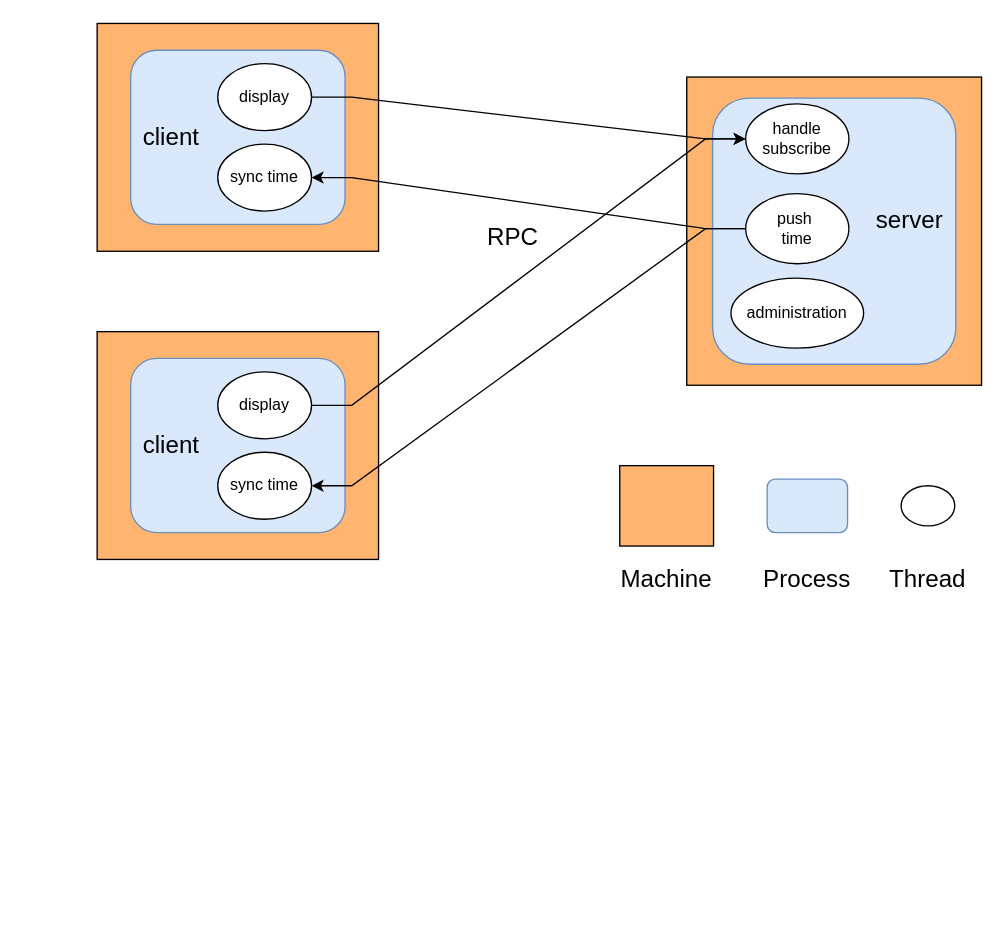
Above: img/DisSys-A1.drawio in Coder-Colder/MyPics (draw.io), before the change. Source tidied: cells renumbered, new cells numbered last; positions are measured from the earlier drawing's top-left corner, leaving out a move shared by most shapes. Both pictures are drawn from the tidied source at 134%, with x=0, y=0 at pixel (96, 23).
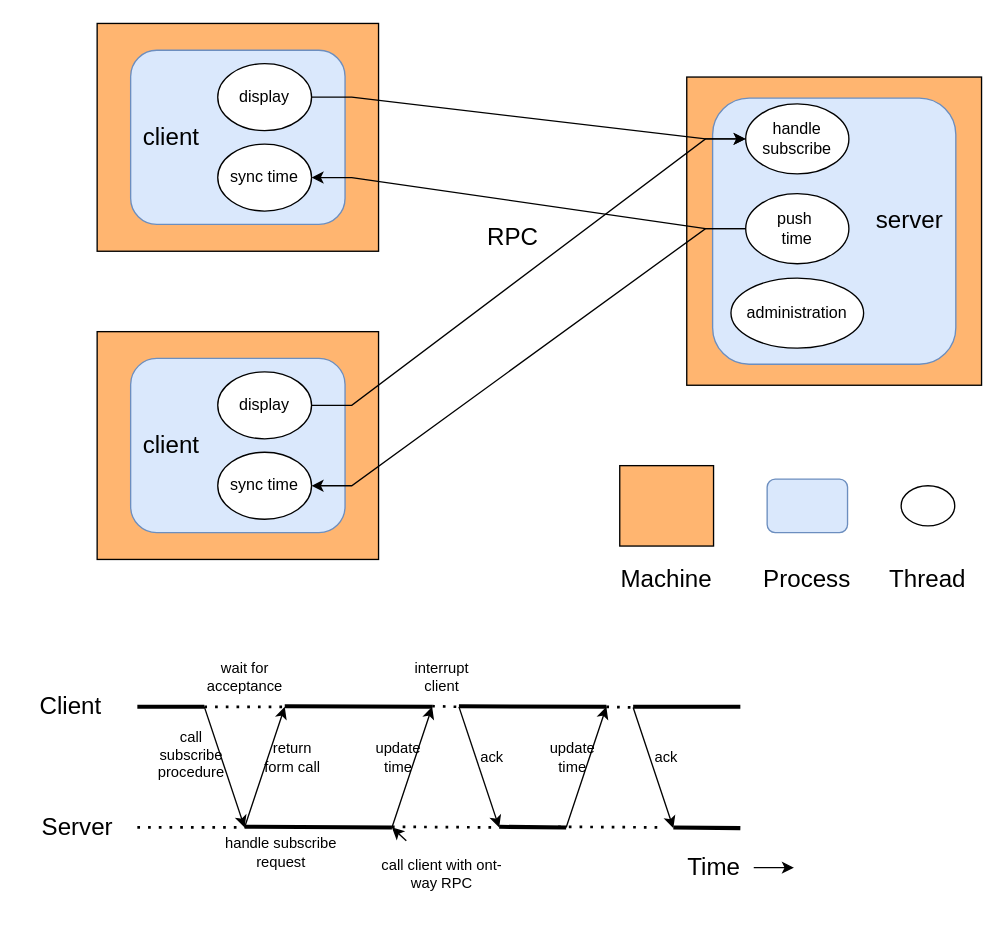
The same diagram, later.

Change to the diagram source:
```diff
@@
+    <mxCell id="34" value="update time" style="text;html=1;strokeColor=none;fillColor=none;align=center;verticalAlign=middle;whiteSpace=wrap;rounded=0;labelBackgroundColor=#ffffff;fontSize=11;" parent="1" vertex="1">
+      <mxGeometry x="330" y="535" width="50" height="25" as="geometry" />
+    </mxCell>
+    <mxCell id="35" value="return form call" style="text;html=1;strokeColor=none;fillColor=none;align=center;verticalAlign=middle;whiteSpace=wrap;rounded=0;labelBackgroundColor=#ffffff;fontSize=11;" parent="1" vertex="1">
+      <mxGeometry x="121" y="535" width="50" height="25" as="geometry" />
+    </mxCell>
+    <mxCell id="36" value="call subscribe procedure" style="text;html=1;strokeColor=none;fillColor=none;align=center;verticalAlign=middle;whiteSpace=wrap;rounded=0;labelBackgroundColor=#ffffff;fontSize=11;" parent="1" vertex="1">
+      <mxGeometry x="48" y="533" width="45" height="25" as="geometry" />
+    </mxCell>
+    <mxCell id="37" value="update time" style="text;html=1;strokeColor=none;fillColor=none;align=center;verticalAlign=middle;whiteSpace=wrap;rounded=0;labelBackgroundColor=#ffffff;fontSize=11;" parent="1" vertex="1">
+      <mxGeometry x="200" y="535" width="50" height="25" as="geometry" />
+    </mxCell>
@@
+    <mxCell id="38" value="Client" style="text;html=1;align=center;verticalAlign=middle;strokeColor=none;fillColor=none;fontSize=18;" parent="1" vertex="1">
+      <mxGeometry x="-55" y="490" width="70" height="40" as="geometry" />
+    </mxCell>
+    <mxCell id="39" value="Server" style="text;html=1;align=center;verticalAlign=middle;strokeColor=none;fillColor=none;fontSize=18;" parent="1" vertex="1">
+      <mxGeometry x="-55" y="580" width="80" height="40" as="geometry" />
+    </mxCell>
+    <mxCell id="40" style="endArrow=none;html=1;rounded=0;strokeWidth=3;fontSize=18;" parent="1" edge="1">
+      <mxGeometry relative="1" as="geometry">
+        <mxPoint x="30" y="510" as="sourcePoint" />
+        <mxPoint x="80" y="510" as="targetPoint" />
+      </mxGeometry>
+    </mxCell>
+    <mxCell id="41" style="endArrow=none;dashed=1;html=1;dashPattern=1 3;strokeWidth=2;rounded=0;fontSize=18;" parent="1" edge="1">
+      <mxGeometry relative="1" as="geometry">
+        <mxPoint x="30" y="600" as="sourcePoint" />
+        <mxPoint x="110" y="600" as="targetPoint" />
+      </mxGeometry>
+    </mxCell>
+    <mxCell id="42" style="endArrow=classic;html=1;rounded=0;strokeWidth=1;fontSize=18;" parent="1" edge="1">
+      <mxGeometry relative="1" as="geometry">
+        <mxPoint x="80" y="510" as="sourcePoint" />
+        <mxPoint x="110" y="600" as="targetPoint" />
+      </mxGeometry>
+    </mxCell>
+    <mxCell id="43" style="endArrow=classic;html=1;rounded=0;strokeWidth=1;fontSize=18;" parent="1" edge="1">
+      <mxGeometry relative="1" as="geometry">
+        <mxPoint x="110" y="600" as="sourcePoint" />
+        <mxPoint x="140" y="510" as="targetPoint" />
+      </mxGeometry>
+    </mxCell>
+    <mxCell id="44" style="endArrow=none;html=1;rounded=0;strokeWidth=3;fontSize=18;" parent="1" edge="1">
+      <mxGeometry relative="1" as="geometry">
+        <mxPoint x="140" y="509.5" as="sourcePoint" />
+        <mxPoint x="250" y="510" as="targetPoint" />
+      </mxGeometry>
+    </mxCell>
+    <mxCell id="45" style="endArrow=none;html=1;rounded=0;strokeWidth=3;fontSize=18;" parent="1" edge="1">
+      <mxGeometry relative="1" as="geometry">
+        <mxPoint x="110" y="599.5" as="sourcePoint" />
+        <mxPoint x="220" y="600" as="targetPoint" />
+      </mxGeometry>
+    </mxCell>
+    <mxCell id="46" style="endArrow=classic;html=1;rounded=0;strokeWidth=1;fontSize=18;" parent="1" edge="1">
+      <mxGeometry relative="1" as="geometry">
+        <mxPoint x="220" y="600" as="sourcePoint" />
+        <mxPoint x="250" y="510" as="targetPoint" />
+      </mxGeometry>
+    </mxCell>
+    <mxCell id="47" style="endArrow=none;dashed=1;html=1;dashPattern=1 3;strokeWidth=2;rounded=0;fontSize=18;" parent="1" edge="1">
+      <mxGeometry relative="1" as="geometry">
+        <mxPoint x="80" y="510" as="sourcePoint" />
+        <mxPoint x="140" y="510" as="targetPoint" />
+      </mxGeometry>
+    </mxCell>
+    <mxCell id="48" style="endArrow=none;dashed=1;html=1;dashPattern=1 3;strokeWidth=2;rounded=0;fontSize=18;" parent="1" edge="1">
+      <mxGeometry relative="1" as="geometry">
+        <mxPoint x="220" y="599.5" as="sourcePoint" />
+        <mxPoint x="300" y="600" as="targetPoint" />
+      </mxGeometry>
+    </mxCell>
+    <mxCell id="49" style="endArrow=classic;html=1;rounded=0;strokeWidth=1;fontSize=18;" parent="1" edge="1">
+      <mxGeometry relative="1" as="geometry">
+        <mxPoint x="270" y="510" as="sourcePoint" />
+        <mxPoint x="300" y="600" as="targetPoint" />
+      </mxGeometry>
+    </mxCell>
+    <mxCell id="50" style="endArrow=none;dashed=1;html=1;dashPattern=1 3;strokeWidth=2;rounded=0;fontSize=18;" parent="1" edge="1">
+      <mxGeometry relative="1" as="geometry">
+        <mxPoint x="250" y="509.5" as="sourcePoint" />
+        <mxPoint x="270" y="510" as="targetPoint" />
+      </mxGeometry>
+    </mxCell>
+    <mxCell id="51" style="endArrow=none;html=1;rounded=0;strokeWidth=3;fontSize=18;" parent="1" edge="1">
+      <mxGeometry relative="1" as="geometry">
+        <mxPoint x="270" y="509.5" as="sourcePoint" />
+        <mxPoint x="380" y="510" as="targetPoint" />
+      </mxGeometry>
+    </mxCell>
+    <mxCell id="52" style="endArrow=none;html=1;rounded=0;strokeWidth=3;fontSize=18;" parent="1" edge="1">
+      <mxGeometry relative="1" as="geometry">
+        <mxPoint x="300" y="599.5" as="sourcePoint" />
+        <mxPoint x="350" y="600" as="targetPoint" />
+      </mxGeometry>
+    </mxCell>
+    <mxCell id="53" style="endArrow=classic;html=1;rounded=0;strokeWidth=1;fontSize=18;" parent="1" edge="1">
+      <mxGeometry relative="1" as="geometry">
+        <mxPoint x="350" y="600" as="sourcePoint" />
+        <mxPoint x="380" y="510" as="targetPoint" />
+      </mxGeometry>
+    </mxCell>
+    <mxCell id="54" style="endArrow=none;dashed=1;html=1;dashPattern=1 3;strokeWidth=2;rounded=0;fontSize=18;" parent="1" edge="1">
+      <mxGeometry relative="1" as="geometry">
+        <mxPoint x="344" y="599.5" as="sourcePoint" />
+        <mxPoint x="424" y="600" as="targetPoint" />
+      </mxGeometry>
+    </mxCell>
+    <mxCell id="55" style="endArrow=classic;html=1;rounded=0;strokeWidth=1;fontSize=18;" parent="1" edge="1">
+      <mxGeometry relative="1" as="geometry">
+        <mxPoint x="400" y="510.5" as="sourcePoint" />
+        <mxPoint x="430" y="600.5" as="targetPoint" />
+      </mxGeometry>
+    </mxCell>
+    <mxCell id="56" style="endArrow=none;dashed=1;html=1;dashPattern=1 3;strokeWidth=2;rounded=0;fontSize=18;" parent="1" edge="1">
+      <mxGeometry relative="1" as="geometry">
+        <mxPoint x="380" y="510" as="sourcePoint" />
+        <mxPoint x="400" y="510.5" as="targetPoint" />
+      </mxGeometry>
+    </mxCell>
+    <mxCell id="57" style="endArrow=none;html=1;rounded=0;strokeWidth=3;fontSize=18;" parent="1" edge="1">
+      <mxGeometry relative="1" as="geometry">
+        <mxPoint x="400" y="510" as="sourcePoint" />
+        <mxPoint x="480" y="510" as="targetPoint" />
+      </mxGeometry>
+    </mxCell>
+    <mxCell id="58" style="endArrow=none;html=1;rounded=0;strokeWidth=3;fontSize=18;" parent="1" edge="1">
+      <mxGeometry relative="1" as="geometry">
+        <mxPoint x="430" y="600" as="sourcePoint" />
+        <mxPoint x="480" y="600.5" as="targetPoint" />
+      </mxGeometry>
+    </mxCell>
+    <mxCell id="59" value="Time" style="text;html=1;align=center;verticalAlign=middle;points=[];strokeColor=none;fillColor=none;fontSize=18;" parent="1" vertex="1">
+      <mxGeometry x="430" y="610" width="60" height="40" as="geometry" />
+    </mxCell>
+    <mxCell id="60" style="endArrow=classic;html=1;rounded=0;strokeWidth=1;fontSize=18;" parent="1" edge="1" source="59">
+      <mxGeometry relative="1" as="geometry">
+        <mxPoint x="520" y="630" as="targetPoint" />
+      </mxGeometry>
+    </mxCell>
+    <mxCell id="61" value="wait for acceptance" style="text;html=1;strokeColor=none;fillColor=none;align=center;verticalAlign=middle;whiteSpace=wrap;rounded=0;labelBackgroundColor=#ffffff;fontSize=11;" parent="1" vertex="1">
+      <mxGeometry x="88" y="475" width="45" height="25" as="geometry" />
+    </mxCell>
+    <mxCell id="62" value="handle subscribe request" style="text;html=1;strokeColor=none;fillColor=none;align=center;verticalAlign=middle;whiteSpace=wrap;rounded=0;labelBackgroundColor=#ffffff;fontSize=11;" parent="1" vertex="1">
+      <mxGeometry x="90" y="594" width="95" height="50" as="geometry" />
+    </mxCell>
+    <mxCell id="63" value="ack" style="text;html=1;strokeColor=none;fillColor=none;align=center;verticalAlign=middle;whiteSpace=wrap;rounded=0;labelBackgroundColor=#ffffff;fontSize=11;" parent="1" vertex="1">
+      <mxGeometry x="270" y="535" width="50" height="25" as="geometry" />
+    </mxCell>
+    <mxCell id="64" value="ack" style="text;html=1;strokeColor=none;fillColor=none;align=center;verticalAlign=middle;whiteSpace=wrap;rounded=0;labelBackgroundColor=#ffffff;fontSize=11;" parent="1" vertex="1">
+      <mxGeometry x="400" y="535" width="50" height="25" as="geometry" />
+    </mxCell>
+    <mxCell id="65" value="call client with ont-way RPC" style="text;html=1;strokeColor=none;fillColor=none;align=center;verticalAlign=middle;whiteSpace=wrap;rounded=0;labelBackgroundColor=#ffffff;fontSize=11;" parent="1" vertex="1">
+      <mxGeometry x="210" y="610" width="95" height="50" as="geometry" />
+    </mxCell>
+    <mxCell id="66" style="endArrow=classic;html=1;rounded=0;strokeWidth=1;fontSize=11;" parent="1" edge="1" source="65">
+      <mxGeometry relative="1" as="geometry">
+        <mxPoint x="220" y="600" as="targetPoint" />
+      </mxGeometry>
+    </mxCell>
+    <mxCell id="67" value="interrupt client" style="text;html=1;strokeColor=none;fillColor=none;align=center;verticalAlign=middle;whiteSpace=wrap;rounded=0;labelBackgroundColor=#ffffff;fontSize=11;" parent="1" vertex="1">
+      <mxGeometry x="235" y="475" width="45" height="25" as="geometry" />
+    </mxCell>
```
